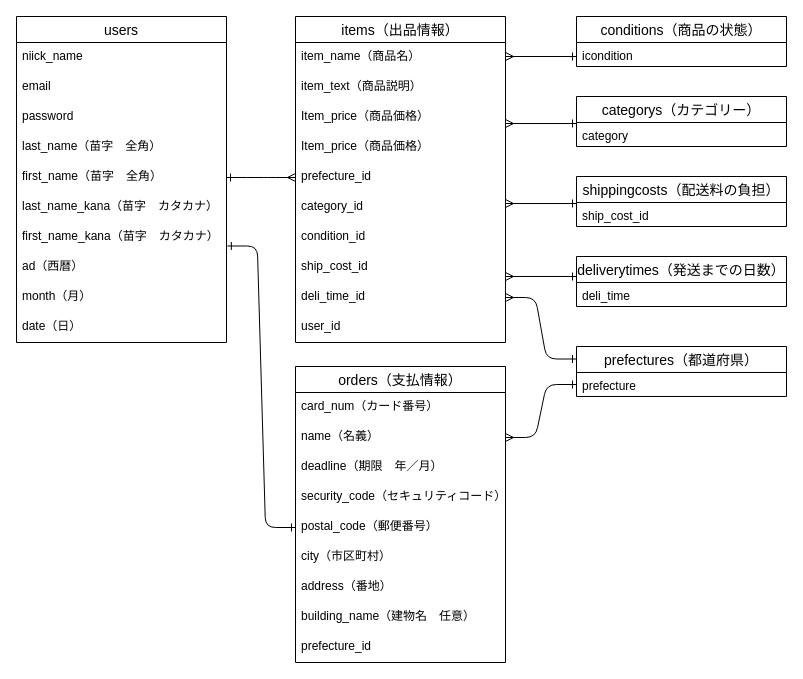
hiroshi-43/furima-41006 keeps this draw.io diagram as ER.dio. Above is the earlier version. Source tidied: cells renumbered, new cells numbered last; positions are measured from the earlier drawing's top-left corner, leaving out a move shared by most shapes. Both pictures are drawn from the tidied source at 100%, with x=0, y=0 at pixel (16, 16).
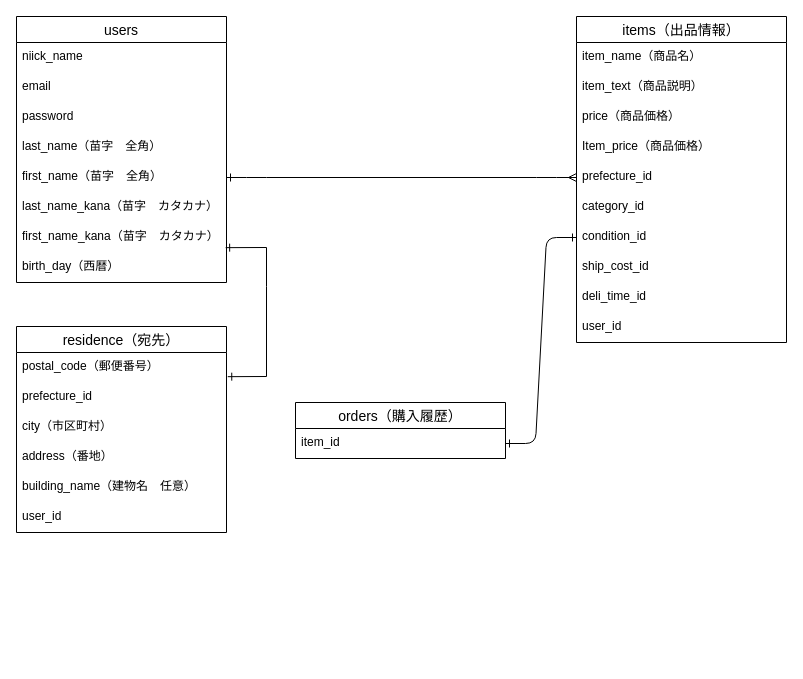
After the change.

Commit message (it also covers changes not shown here):
データベース設計　修正①

The change refers to these unchanged cells:
```xml
<mxCell id="7" value="first_name（苗字　全角）" style="text;strokeColor=none;fillColor=none;spacingLeft=4;spacingRight=4;overflow=hidden;points=[[0,0.5],[1,0.5]];portConstraint=eastwest;fontSize=12;" parent="2" vertex="1">
  <mxGeometry y="146" width="210" height="30" as="geometry" />
</mxCell>
<mxCell id="9" value="first_name_kana（苗字　カタカナ）" style="text;strokeColor=none;fillColor=none;spacingLeft=4;spacingRight=4;overflow=hidden;points=[[0,0.5],[1,0.5]];portConstraint=eastwest;fontSize=12;" parent="2" vertex="1">
  <mxGeometry y="206" width="210" height="30" as="geometry" />
</mxCell>
<mxCell id="18" value="prefecture_id" style="text;strokeColor=none;fillColor=none;spacingLeft=4;spacingRight=4;overflow=hidden;points=[[0,0.5],[1,0.5]];portConstraint=eastwest;fontSize=12;" parent="13" vertex="1">
  <mxGeometry y="146" width="210" height="30" as="geometry" />
</mxCell>
<mxCell id="20" value="condition_id" style="text;strokeColor=none;fillColor=none;spacingLeft=4;spacingRight=4;overflow=hidden;points=[[0,0.5],[1,0.5]];portConstraint=eastwest;fontSize=12;" parent="13" vertex="1">
  <mxGeometry y="206" width="210" height="30" as="geometry" />
</mxCell>
<mxCell id="22" value="deli_time_id" style="text;strokeColor=none;fillColor=none;spacingLeft=4;spacingRight=4;overflow=hidden;points=[[0,0.5],[1,0.5]];portConstraint=eastwest;fontSize=12;" parent="13" vertex="1">
  <mxGeometry y="266" width="210" height="30" as="geometry" />
</mxCell>
```

What changed in the source:
```diff
@@
     <mxCell id="2" value="users" style="swimlane;fontStyle=0;horizontal=1;startSize=26;align=center;fontSize=14;" parent="1" vertex="1">
-      <mxGeometry width="210" height="326" as="geometry" />
+      <mxGeometry width="210" height="266" as="geometry" />
     </mxCell>
@@
-    <mxCell id="10" value="ad（西暦）" style="text;strokeColor=none;fillColor=none;spacingLeft=4;spacingRight=4;overflow=hidden;points=[[0,0.5],[1,0.5]];portConstraint=eastwest;fontSize=12;" parent="2" vertex="1">
+    <mxCell id="10" value="birth_day（西暦）" style="text;strokeColor=none;fillColor=none;spacingLeft=4;spacingRight=4;overflow=hidden;points=[[0,0.5],[1,0.5]];portConstraint=eastwest;fontSize=12;" parent="2" vertex="1">
       <mxGeometry y="236" width="210" height="30" as="geometry" />
     </mxCell>
-    <mxCell id="11" value="month（月）" style="text;strokeColor=none;fillColor=none;spacingLeft=4;spacingRight=4;overflow=hidden;fontSize=12;" parent="2" vertex="1">
-      <mxGeometry y="266" width="210" height="30" as="geometry" />
-    </mxCell>
-    <mxCell id="12" value="date（日）" style="text;strokeColor=none;fillColor=none;spacingLeft=4;spacingRight=4;overflow=hidden;fontSize=12;" parent="2" vertex="1">
-      <mxGeometry y="296" width="210" height="30" as="geometry" />
-    </mxCell>
     <mxCell id="13" value="items（出品情報）" style="swimlane;fontStyle=0;horizontal=1;startSize=26;align=center;fontSize=14;" parent="1" vertex="1">
-      <mxGeometry x="279" width="210" height="326" as="geometry" />
+      <mxGeometry x="560" width="210" height="326" as="geometry" />
     </mxCell>
@@
-    <mxCell id="16" value="Item_price（商品価格）" style="text;strokeColor=none;fillColor=none;spacingLeft=4;spacingRight=4;overflow=hidden;fontSize=12;" parent="13" vertex="1">
+    <mxCell id="16" value="price（商品価格）" style="text;strokeColor=none;fillColor=none;spacingLeft=4;spacingRight=4;overflow=hidden;fontSize=12;" parent="13" vertex="1">
       <mxGeometry y="86" width="210" height="30" as="geometry" />
     </mxCell>
@@
-    <mxCell id="24" style="edgeStyle=entityRelationEdgeStyle;fontSize=12;html=1;endArrow=ERmany;startArrow=ERone;exitX=1;exitY=0.5;exitDx=0;exitDy=0;startFill=0;endFill=0;entryX=0;entryY=0.5;entryDx=0;entryDy=0;" parent="1" edge="1" source="7">
-      <mxGeometry relative="1" as="geometry">
-        <mxPoint x="279" y="161" as="targetPoint" />
-      </mxGeometry>
+    <mxCell id="24" style="edgeStyle=entityRelationEdgeStyle;fontSize=12;html=1;endArrow=ERmany;startArrow=ERone;exitX=1;exitY=0.5;exitDx=0;exitDy=0;startFill=0;endFill=0;entryX=0;entryY=0.5;entryDx=0;entryDy=0;" parent="1" edge="1" source="7" target="18">
+      <mxGeometry relative="1" as="geometry" />
     </mxCell>
-    <mxCell id="25" value="orders（支払情報）" style="swimlane;fontStyle=0;horizontal=1;startSize=26;align=center;fontSize=14;" parent="1" vertex="1">
-      <mxGeometry x="279" y="350" width="210" height="296" as="geometry" />
+    <mxCell id="25" value="residence（宛先）" style="swimlane;fontStyle=0;horizontal=1;startSize=26;align=center;fontSize=14;" parent="1" vertex="1">
+      <mxGeometry y="310" width="210" height="206" as="geometry" />
     </mxCell>
-    <mxCell id="26" value="card_num（カード番号）" style="text;strokeColor=none;fillColor=none;spacingLeft=4;spacingRight=4;overflow=hidden;fontSize=12;" parent="25" vertex="1">
-      <mxGeometry y="26" width="210" height="30" as="geometry" />
-    </mxCell>
-    <mxCell id="27" value="name（名義）" style="text;strokeColor=none;fillColor=none;spacingLeft=4;spacingRight=4;overflow=hidden;points=[[0,0.5],[1,0.5]];portConstraint=eastwest;fontSize=12;" parent="25" vertex="1">
-      <mxGeometry y="56" width="210" height="30" as="geometry" />
-    </mxCell>
-    <mxCell id="28" value="deadline（期限　年／月）" style="text;strokeColor=none;fillColor=none;spacingLeft=4;spacingRight=4;overflow=hidden;fontSize=12;" parent="25" vertex="1">
-      <mxGeometry y="86" width="210" height="30" as="geometry" />
-    </mxCell>
-    <mxCell id="29" value="security_code（セキュリティコード）" style="text;strokeColor=none;fillColor=none;spacingLeft=4;spacingRight=4;overflow=hidden;fontSize=12;" parent="25" vertex="1">
-      <mxGeometry y="116" width="210" height="30" as="geometry" />
-    </mxCell>
     <mxCell id="30" value="postal_code（郵便番号）" style="text;strokeColor=none;fillColor=none;spacingLeft=4;spacingRight=4;overflow=hidden;points=[[0,0.5],[1,0.5]];portConstraint=eastwest;fontSize=12;" parent="25" vertex="1">
-      <mxGeometry y="146" width="210" height="30" as="geometry" />
+      <mxGeometry y="26" width="210" height="30" as="geometry" />
     </mxCell>
+    <mxCell id="34" value="prefecture_id" style="text;strokeColor=none;fillColor=none;spacingLeft=4;spacingRight=4;overflow=hidden;fontSize=12;" parent="25" vertex="1">
+      <mxGeometry y="56" width="210" height="30" as="geometry" />
+    </mxCell>
     <mxCell id="31" value="city（市区町村）" style="text;strokeColor=none;fillColor=none;spacingLeft=4;spacingRight=4;overflow=hidden;fontSize=12;" parent="25" vertex="1">
-      <mxGeometry y="176" width="210" height="30" as="geometry" />
+      <mxGeometry y="86" width="210" height="30" as="geometry" />
     </mxCell>
     <mxCell id="32" value="address（番地）" style="text;strokeColor=none;fillColor=none;spacingLeft=4;spacingRight=4;overflow=hidden;fontSize=12;" parent="25" vertex="1">
-      <mxGeometry y="206" width="210" height="30" as="geometry" />
+      <mxGeometry y="116" width="210" height="30" as="geometry" />
     </mxCell>
     <mxCell id="33" value="building_name（建物名　任意）" style="text;strokeColor=none;fillColor=none;spacingLeft=4;spacingRight=4;overflow=hidden;fontSize=12;" parent="25" vertex="1">
-      <mxGeometry y="236" width="210" height="30" as="geometry" />
+      <mxGeometry y="146" width="210" height="30" as="geometry" />
     </mxCell>
-    <mxCell id="34" value="prefecture_id" style="text;strokeColor=none;fillColor=none;spacingLeft=4;spacingRight=4;overflow=hidden;fontSize=12;" parent="25" vertex="1">
-      <mxGeometry y="266" width="210" height="30" as="geometry" />
-    </mxCell>
-    <mxCell id="35" style="edgeStyle=entityRelationEdgeStyle;fontSize=12;html=1;endArrow=ERone;startArrow=ERone;exitX=0;exitY=0.5;exitDx=0;exitDy=0;entryX=1.004;entryY=0.783;entryDx=0;entryDy=0;entryPerimeter=0;endFill=0;startFill=0;" parent="1" edge="1" source="30" target="9">
-      <mxGeometry relative="1" as="geometry" />
-    </mxCell>
-    <mxCell id="36" value="prefectures（都道府県）" style="swimlane;fontStyle=0;horizontal=1;startSize=26;align=center;fontSize=14;" parent="1" vertex="1">
-      <mxGeometry x="560" y="330" width="210" height="50" as="geometry" />
-    </mxCell>
-    <mxCell id="37" value="prefecture" style="text;strokeColor=none;fillColor=none;spacingLeft=4;spacingRight=4;overflow=hidden;points=[[0,0.5],[1,0.5]];portConstraint=eastwest;fontSize=12;" parent="36" vertex="1">
-      <mxGeometry y="26" width="210" height="24" as="geometry" />
-    </mxCell>
-    <mxCell id="38" style="edgeStyle=entityRelationEdgeStyle;fontSize=12;html=1;endArrow=ERone;endFill=0;startArrow=ERmany;startFill=0;entryX=0;entryY=0.25;entryDx=0;entryDy=0;exitX=1;exitY=0.5;exitDx=0;exitDy=0;" parent="1" edge="1" source="22" target="36">
-      <mxGeometry relative="1" as="geometry" />
-    </mxCell>
-    <mxCell id="39" style="edgeStyle=entityRelationEdgeStyle;fontSize=12;html=1;endArrow=ERone;endFill=0;exitX=1;exitY=0.5;exitDx=0;exitDy=0;startArrow=ERmany;startFill=0;entryX=0;entryY=0.5;entryDx=0;entryDy=0;" parent="1" edge="1" source="27" target="37">
-      <mxGeometry relative="1" as="geometry" />
-    </mxCell>
-    <mxCell id="40" style="html=1;rounded=0;startArrow=ERmany;startFill=0;endArrow=ERone;endFill=0;exitX=1;exitY=0.5;exitDx=0;exitDy=0;entryX=0;entryY=0.75;entryDx=0;entryDy=0;" parent="1" edge="1">
-      <mxGeometry relative="1" as="geometry">
-        <mxPoint x="489" y="40" as="sourcePoint" />
-        <mxPoint x="560" y="40" as="targetPoint" />
-      </mxGeometry>
-    </mxCell>
-    <mxCell id="41" value="categorys（カテゴリー）" style="swimlane;fontStyle=0;horizontal=1;startSize=26;align=center;fontSize=14;" parent="1" vertex="1">
-      <mxGeometry x="560" y="80" width="210" height="50" as="geometry" />
-    </mxCell>
-    <mxCell id="42" value="category" style="text;strokeColor=none;fillColor=none;spacingLeft=4;spacingRight=4;overflow=hidden;fontSize=12;" parent="41" vertex="1">
-      <mxGeometry y="26" width="210" height="24" as="geometry" />
-    </mxCell>
-    <mxCell id="43" value="conditions（商品の状態）" style="swimlane;fontStyle=0;horizontal=1;startSize=26;align=center;fontSize=14;" parent="1" vertex="1">
-      <mxGeometry x="560" width="210" height="50" as="geometry" />
-    </mxCell>
-    <mxCell id="44" value="icondition" style="text;strokeColor=none;fillColor=none;spacingLeft=4;spacingRight=4;overflow=hidden;fontSize=12;" parent="43" vertex="1">
-      <mxGeometry y="26" width="210" height="24" as="geometry" />
-    </mxCell>
-    <mxCell id="45" style="html=1;rounded=0;startArrow=ERmany;startFill=0;endArrow=ERone;endFill=0;exitX=1;exitY=0.5;exitDx=0;exitDy=0;entryX=0;entryY=0.75;entryDx=0;entryDy=0;" parent="1" edge="1">
-      <mxGeometry relative="1" as="geometry">
-        <mxPoint x="489" y="107" as="sourcePoint" />
-        <mxPoint x="560" y="107" as="targetPoint" />
-      </mxGeometry>
-    </mxCell>
-    <mxCell id="46" style="html=1;rounded=0;startArrow=ERmany;startFill=0;endArrow=ERone;endFill=0;exitX=1;exitY=0.5;exitDx=0;exitDy=0;entryX=0;entryY=0.75;entryDx=0;entryDy=0;" parent="1" edge="1">
-      <mxGeometry relative="1" as="geometry">
-        <mxPoint x="489" y="187" as="sourcePoint" />
-        <mxPoint x="560" y="187" as="targetPoint" />
-      </mxGeometry>
-    </mxCell>
-    <mxCell id="47" value="shippingcosts（配送料の負担）" style="swimlane;fontStyle=0;horizontal=1;startSize=26;align=center;fontSize=14;" parent="1" vertex="1">
-      <mxGeometry x="560" y="160" width="210" height="50" as="geometry" />
-    </mxCell>
-    <mxCell id="48" value="ship_cost_id" style="text;strokeColor=none;fillColor=none;spacingLeft=4;spacingRight=4;overflow=hidden;fontSize=12;" parent="47" vertex="1">
-      <mxGeometry y="26" width="210" height="24" as="geometry" />
-    </mxCell>
-    <mxCell id="49" value="deliverytimes（発送までの日数）" style="swimlane;fontStyle=0;horizontal=1;startSize=26;align=center;fontSize=14;" parent="1" vertex="1">
-      <mxGeometry x="560" y="240" width="210" height="50" as="geometry" />
-    </mxCell>
-    <mxCell id="50" value="deli_time" style="text;strokeColor=none;fillColor=none;spacingLeft=4;spacingRight=4;overflow=hidden;fontSize=12;" parent="49" vertex="1">
-      <mxGeometry y="26" width="210" height="24" as="geometry" />
-    </mxCell>
-    <mxCell id="51" style="html=1;rounded=0;startArrow=ERmany;startFill=0;endArrow=ERone;endFill=0;exitX=1;exitY=0.5;exitDx=0;exitDy=0;entryX=0;entryY=0.75;entryDx=0;entryDy=0;" parent="1" edge="1">
-      <mxGeometry relative="1" as="geometry">
-        <mxPoint x="489" y="260" as="sourcePoint" />
-        <mxPoint x="560" y="260" as="targetPoint" />
-      </mxGeometry>
-    </mxCell>
+    <mxCell id="52" value="user_id" style="text;strokeColor=none;fillColor=none;spacingLeft=4;spacingRight=4;overflow=hidden;fontSize=12;" parent="25" vertex="1">
+      <mxGeometry y="176" width="210" height="30" as="geometry" />
+    </mxCell>
+    <mxCell id="53" value="orders（購入履歴）" style="swimlane;fontStyle=0;horizontal=1;startSize=26;align=center;fontSize=14;" parent="1" vertex="1">
+      <mxGeometry x="279" y="386" width="210" height="56" as="geometry" />
+    </mxCell>
+    <mxCell id="54" value="item_id" style="text;strokeColor=none;fillColor=none;spacingLeft=4;spacingRight=4;overflow=hidden;points=[[0,0.5],[1,0.5]];portConstraint=eastwest;fontSize=12;" parent="53" vertex="1">
+      <mxGeometry y="26" width="210" height="30" as="geometry" />
+    </mxCell>
+    <mxCell id="55" style="endArrow=ERone;html=1;rounded=0;endFill=0;startArrow=ERone;startFill=0;exitX=1.006;exitY=0.806;exitDx=0;exitDy=0;entryX=0.996;entryY=-0.161;entryDx=0;entryDy=0;entryPerimeter=0;exitPerimeter=0;" parent="1" edge="1" source="30" target="10">
+      <mxGeometry relative="1" as="geometry">
+        <Array as="points">
+          <mxPoint x="250" y="360" />
+          <mxPoint x="250" y="270" />
+          <mxPoint x="250" y="231" />
+        </Array>
+      </mxGeometry>
+    </mxCell>
+    <mxCell id="56" style="edgeStyle=entityRelationEdgeStyle;fontSize=12;html=1;endArrow=ERone;exitX=1;exitY=0.5;exitDx=0;exitDy=0;endFill=0;startArrow=ERone;startFill=0;" parent="1" edge="1" source="54" target="20">
+      <mxGeometry relative="1" as="geometry" />
+    </mxCell>
```
